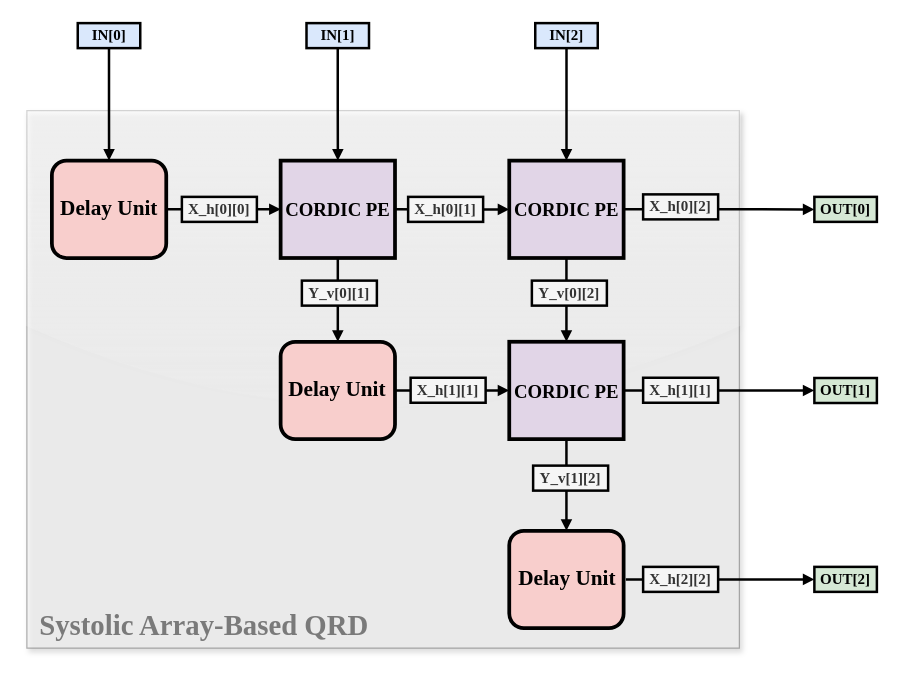
akira2963753/Eigen-Value-Decomposition keeps this draw.io diagram as report/Figure/QRD-Systolic-Array.drawio. Above is the earlier version. Source tidied: cells renumbered, new cells numbered last; positions are measured from the earlier drawing's top-left corner, leaving out a move shared by most shapes. Both pictures are drawn from the tidied source at 125%, with x=0, y=0 at pixel (26, 22).
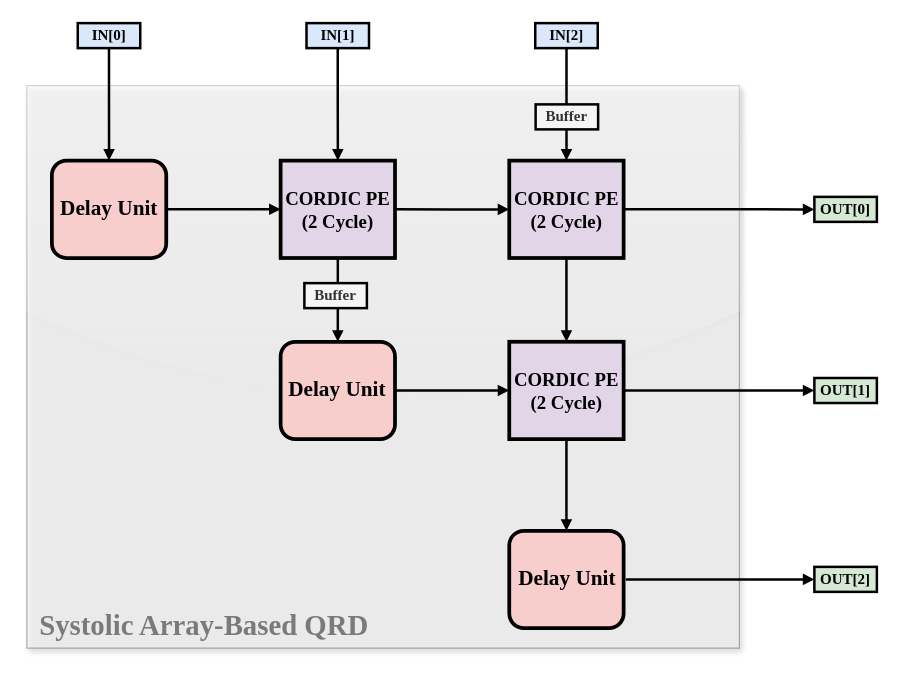
The same page after the edit.

The edit, as a diff of the source:
```diff
@@
     <mxCell id="2" style="rounded=0;whiteSpace=wrap;html=1;fillColor=#f5f5f5;strokeColor=#666666;shadow=1;glass=1;opacity=50;strokeWidth=1;fontColor=#333333;" parent="1" vertex="1">
-      <mxGeometry y="70" width="570" height="430" as="geometry" />
+      <mxGeometry y="50" width="570" height="450" as="geometry" />
     </mxCell>
@@
-    <mxCell id="7" value="&lt;font&gt;&lt;span style=&quot;font-size: 15px;&quot;&gt;&lt;b&gt;CORDIC PE&lt;/b&gt;&lt;/span&gt;&lt;/font&gt;" style="rounded=0;whiteSpace=wrap;html=1;strokeWidth=3;fillColor=#e1d5e7;strokeColor=default;fontFamily=Garamond;" parent="1" vertex="1">
+    <mxCell id="7" value="&lt;font&gt;&lt;span style=&quot;font-size: 15px;&quot;&gt;&lt;b&gt;CORDIC PE&lt;/b&gt;&lt;/span&gt;&lt;/font&gt;&lt;div&gt;&lt;font&gt;&lt;span style=&quot;font-size: 15px;&quot;&gt;&lt;b&gt;(2 Cycle)&lt;/b&gt;&lt;/span&gt;&lt;/font&gt;&lt;/div&gt;" style="rounded=0;whiteSpace=wrap;html=1;strokeWidth=3;fillColor=#e1d5e7;strokeColor=default;fontFamily=Garamond;" parent="1" vertex="1">
       <mxGeometry x="203" y="110" width="91.5" height="77.9" as="geometry" />
     </mxCell>
@@
-    <mxCell id="10" value="&lt;b style=&quot;font-size: 15px;&quot;&gt;CORDIC PE&lt;/b&gt;" style="rounded=0;whiteSpace=wrap;html=1;strokeWidth=3;fillColor=#e1d5e7;strokeColor=default;fontFamily=Garamond;" parent="1" vertex="1">
+    <mxCell id="10" value="&lt;b style=&quot;font-size: 15px;&quot;&gt;CORDIC PE&lt;/b&gt;&lt;div&gt;&lt;b style=&quot;font-size: 15px;&quot;&gt;(2 Cycle)&lt;/b&gt;&lt;/div&gt;" style="rounded=0;whiteSpace=wrap;html=1;strokeWidth=3;fillColor=#e1d5e7;strokeColor=default;fontFamily=Garamond;" parent="1" vertex="1">
       <mxGeometry x="385.9" y="110" width="91.5" height="77.9" as="geometry" />
     </mxCell>
@@
-    <mxCell id="15" value="&lt;b style=&quot;font-size: 15px;&quot;&gt;CORDIC PE&lt;/b&gt;" style="rounded=0;whiteSpace=wrap;html=1;strokeWidth=3;fillColor=#e1d5e7;strokeColor=default;fontFamily=Garamond;" parent="1" vertex="1">
+    <mxCell id="15" value="&lt;b style=&quot;font-size: 15px;&quot;&gt;CORDIC PE&lt;/b&gt;&lt;div&gt;&lt;span style=&quot;font-size: 15px;&quot;&gt;&lt;b&gt;(2 Cycle)&lt;/b&gt;&lt;/span&gt;&lt;/div&gt;" style="rounded=0;whiteSpace=wrap;html=1;strokeWidth=3;fillColor=#e1d5e7;strokeColor=default;fontFamily=Garamond;" parent="1" vertex="1">
       <mxGeometry x="385.9" y="254.9" width="91.5" height="77.9" as="geometry" />
     </mxCell>
@@
-    <mxCell id="20" value="&lt;font face=&quot;Garamond&quot;&gt;&lt;b&gt;X_h[0][2]&lt;/b&gt;&lt;/font&gt;" style="text;html=1;whiteSpace=wrap;strokeColor=default;fillColor=#f5f5f5;align=center;verticalAlign=middle;rounded=0;fontColor=#333333;strokeWidth=2;" parent="1" vertex="1">
-      <mxGeometry x="493" y="137" width="60" height="20" as="geometry" />
-    </mxCell>
-    <mxCell id="21" value="&lt;font face=&quot;Garamond&quot;&gt;&lt;b&gt;X_h[0][1]&lt;/b&gt;&lt;/font&gt;" style="text;html=1;whiteSpace=wrap;strokeColor=default;fillColor=#f5f5f5;align=center;verticalAlign=middle;rounded=0;fontColor=#333333;strokeWidth=2;" parent="1" vertex="1">
-      <mxGeometry x="305" y="139" width="60" height="20" as="geometry" />
-    </mxCell>
-    <mxCell id="22" value="&lt;font face=&quot;Garamond&quot;&gt;&lt;b&gt;X_h[0][0]&lt;/b&gt;&lt;/font&gt;" style="text;html=1;whiteSpace=wrap;strokeColor=default;fillColor=#f5f5f5;align=center;verticalAlign=middle;rounded=0;fontColor=#333333;strokeWidth=2;" parent="1" vertex="1">
-      <mxGeometry x="124" y="139" width="60" height="20" as="geometry" />
-    </mxCell>
-    <mxCell id="23" value="&lt;font face=&quot;Garamond&quot;&gt;&lt;b&gt;X_h[1][1]&lt;/b&gt;&lt;/font&gt;" style="text;html=1;whiteSpace=wrap;strokeColor=default;fillColor=#f5f5f5;align=center;verticalAlign=middle;rounded=0;fontColor=#333333;strokeWidth=2;" parent="1" vertex="1">
-      <mxGeometry x="307" y="283.7" width="60" height="20" as="geometry" />
-    </mxCell>
-    <mxCell id="24" value="&lt;font face=&quot;Garamond&quot;&gt;&lt;b&gt;X_h[1][1]&lt;/b&gt;&lt;/font&gt;" style="text;html=1;whiteSpace=wrap;strokeColor=default;fillColor=#f5f5f5;align=center;verticalAlign=middle;rounded=0;fontColor=#333333;strokeWidth=2;" parent="1" vertex="1">
-      <mxGeometry x="493" y="283.7" width="60" height="20" as="geometry" />
-    </mxCell>
@@
-    <mxCell id="28" value="&lt;font face=&quot;Garamond&quot;&gt;&lt;b&gt;X_h[2][2]&lt;/b&gt;&lt;/font&gt;" style="text;html=1;whiteSpace=wrap;strokeColor=default;fillColor=#f5f5f5;align=center;verticalAlign=middle;rounded=0;fontColor=#333333;strokeWidth=2;" parent="1" vertex="1">
-      <mxGeometry x="493" y="435" width="60" height="20" as="geometry" />
-    </mxCell>
-    <mxCell id="29" value="&lt;font face=&quot;Garamond&quot;&gt;&lt;b&gt;Y_v[0][2]&lt;/b&gt;&lt;/font&gt;" style="text;html=1;whiteSpace=wrap;strokeColor=default;fillColor=#f5f5f5;align=center;verticalAlign=middle;rounded=0;fontColor=#333333;strokeWidth=2;" parent="1" vertex="1">
-      <mxGeometry x="404" y="206" width="60" height="20" as="geometry" />
-    </mxCell>
-    <mxCell id="30" value="&lt;font face=&quot;Garamond&quot;&gt;&lt;b&gt;Y_v[1][2]&lt;/b&gt;&lt;/font&gt;" style="text;html=1;whiteSpace=wrap;strokeColor=default;fillColor=#f5f5f5;align=center;verticalAlign=middle;rounded=0;fontColor=#333333;strokeWidth=2;" parent="1" vertex="1">
-      <mxGeometry x="405" y="354" width="60" height="20" as="geometry" />
-    </mxCell>
-    <mxCell id="31" value="&lt;font face=&quot;Garamond&quot;&gt;&lt;b&gt;Y_v[0][1]&lt;/b&gt;&lt;/font&gt;" style="text;html=1;whiteSpace=wrap;strokeColor=default;fillColor=#f5f5f5;align=center;verticalAlign=middle;rounded=0;fontColor=#333333;strokeWidth=2;" parent="1" vertex="1">
-      <mxGeometry x="220" y="206" width="60" height="20" as="geometry" />
-    </mxCell>
@@
+    <mxCell id="39" value="&lt;font face=&quot;Garamond&quot;&gt;&lt;b&gt;Buffer&lt;/b&gt;&lt;/font&gt;" style="text;html=1;whiteSpace=wrap;strokeColor=default;fillColor=#f5f5f5;align=center;verticalAlign=middle;rounded=0;strokeWidth=2;fontColor=#333333;" parent="1" vertex="1">
+      <mxGeometry x="407" y="65" width="50" height="20" as="geometry" />
+    </mxCell>
+    <mxCell id="40" value="&lt;font face=&quot;Garamond&quot;&gt;&lt;b&gt;Buffer&lt;/b&gt;&lt;/font&gt;" style="text;html=1;whiteSpace=wrap;strokeColor=default;fillColor=#f5f5f5;align=center;verticalAlign=middle;rounded=0;strokeWidth=2;fontColor=#333333;" parent="1" vertex="1">
+      <mxGeometry x="222" y="208" width="50" height="20" as="geometry" />
+    </mxCell>
```
